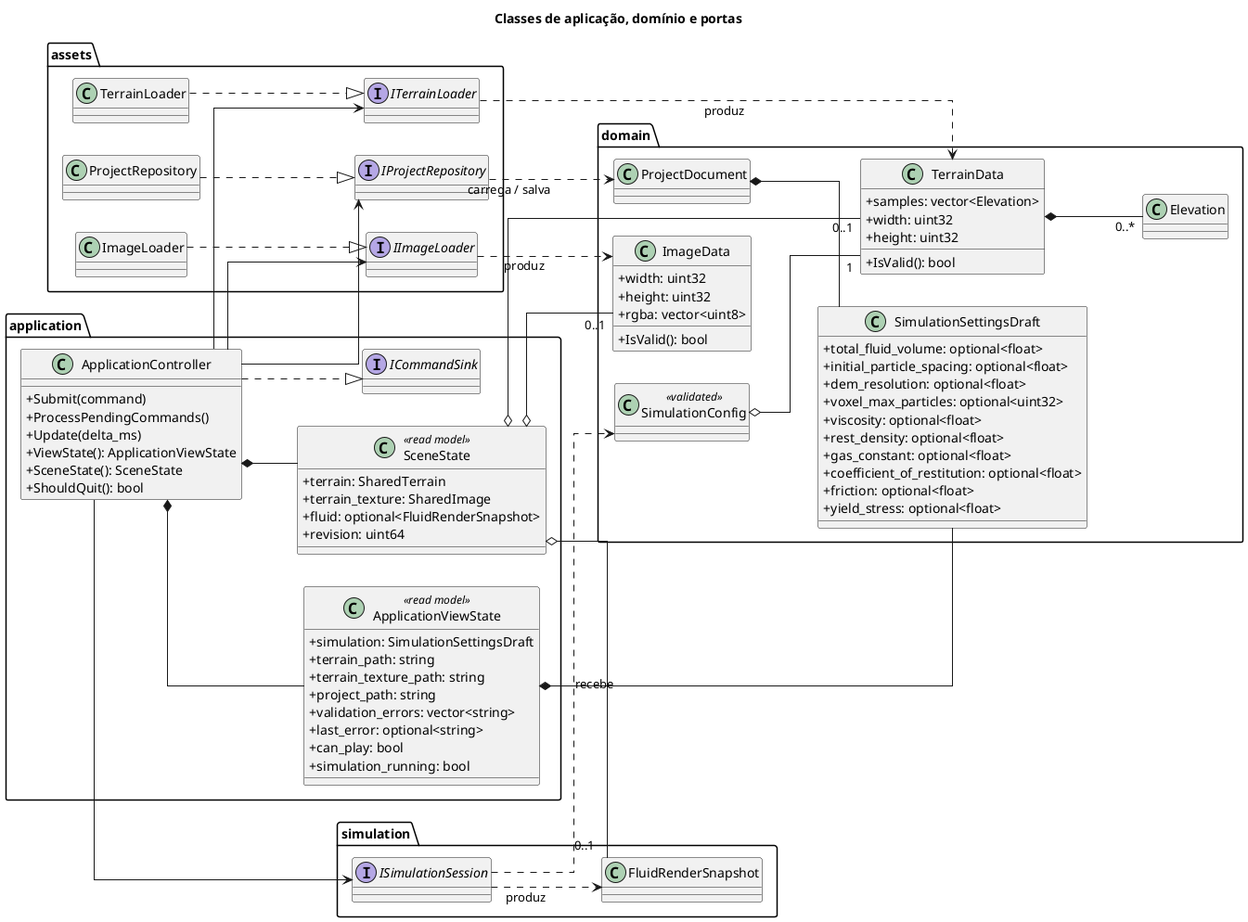
Above: docs/uml/03-application-domain-classes.png in leandro-barcelos/rheo-lbm (PlantUML), before the change.
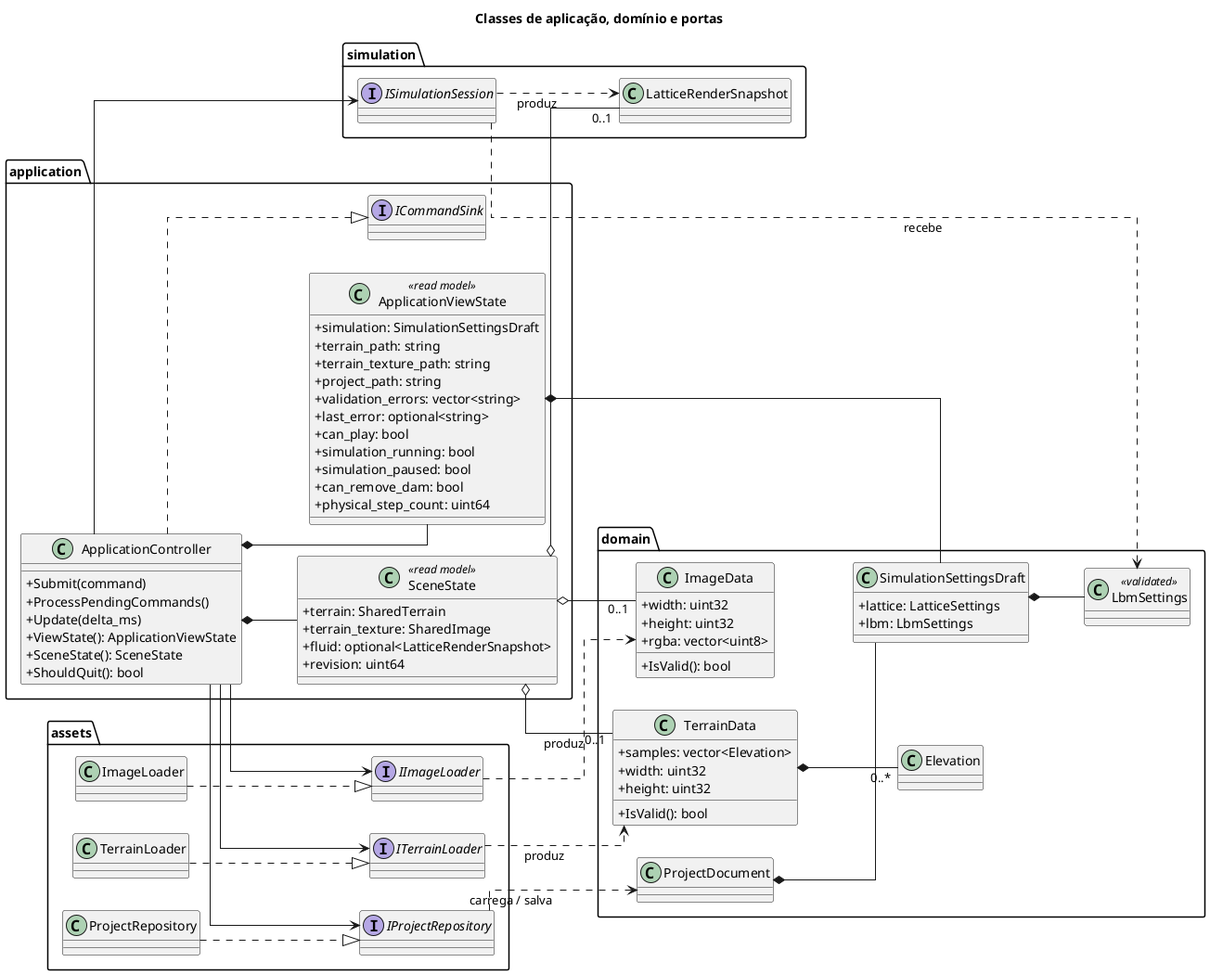
The same file after the commit.

What changed in the source:
```diff
@@ -26,12 +26,15 @@
     + last_error: optional<string>
     + can_play: bool
     + simulation_running: bool
+    + simulation_paused: bool
+    + can_remove_dam: bool
+    + physical_step_count: uint64
   }
 
   class SceneState <<read model>> {
     + terrain: SharedTerrain
     + terrain_texture: SharedImage
-    + fluid: optional<FluidRenderSnapshot>
+    + fluid: optional<LatticeRenderSnapshot>
     + revision: uint64
   }
 
@@ -40,19 +43,10 @@
 
 package domain {
   class SimulationSettingsDraft {
-    + total_fluid_volume: optional<float>
-    + initial_particle_spacing: optional<float>
-    + dem_resolution: optional<float>
-    + voxel_max_particles: optional<uint32>
-    + viscosity: optional<float>
-    + rest_density: optional<float>
-    + gas_constant: optional<float>
-    + coefficient_of_restitution: optional<float>
-    + friction: optional<float>
-    + yield_stress: optional<float>
+    + lattice: LatticeSettings
+    + lbm: LbmSettings
   }
-
-  class SimulationConfig <<validated>>
+  class LbmSettings <<validated>>
   class ProjectDocument
   class TerrainData {
     + samples: vector<Elevation>
@@ -80,7 +74,7 @@
 
 package simulation {
   interface ISimulationSession
-  class FluidRenderSnapshot
+  class LatticeRenderSnapshot
 }
 
 ApplicationController ..|> ICommandSink
@@ -94,9 +88,9 @@
 ApplicationViewState *-- SimulationSettingsDraft
 SceneState o-- "0..1" TerrainData
 SceneState o-- "0..1" ImageData
-SceneState o-- "0..1" FluidRenderSnapshot
+SceneState o-- "0..1" LatticeRenderSnapshot
 
-SimulationConfig o-- "1" TerrainData
+SimulationSettingsDraft *-- LbmSettings
 ProjectDocument *-- SimulationSettingsDraft
 TerrainData *-- "0..*" Elevation
 
@@ -106,7 +100,7 @@
 ITerrainLoader ..> TerrainData : produz
 IImageLoader ..> ImageData : produz
 IProjectRepository ..> ProjectDocument : carrega / salva
-ISimulationSession ..> SimulationConfig : recebe
-ISimulationSession ..> FluidRenderSnapshot : produz
+ISimulationSession ..> LbmSettings : recebe
+ISimulationSession ..> LatticeRenderSnapshot : produz
 
 @enduml
```
